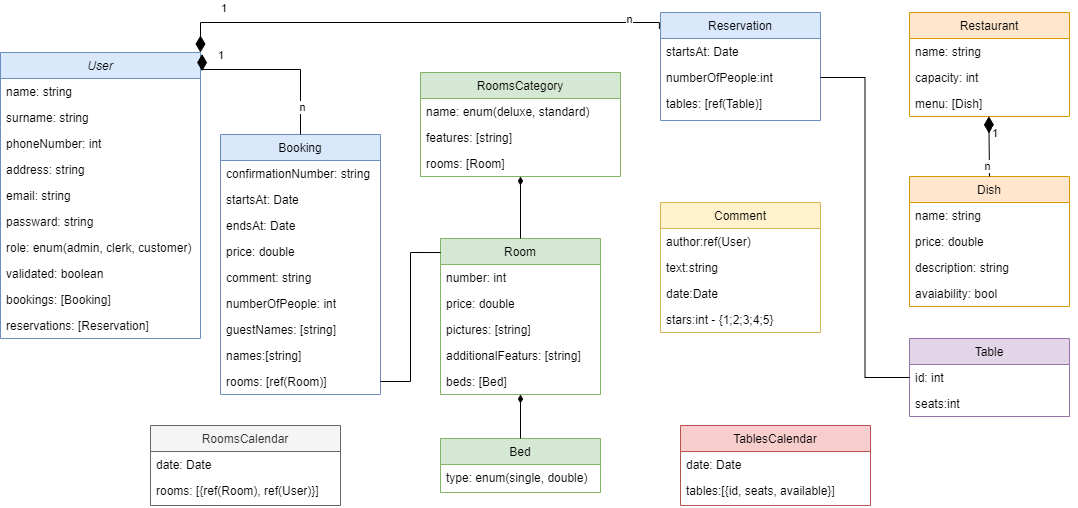
Above: group-project-hotel.drawio.png in Jeremiaszmacura/group-project-hotel-backend (draw.io), before the change. Source tidied: cells renumbered, new cells last; positions are measured from the earlier drawing's top-left corner, leaving out a move shared by most shapes.
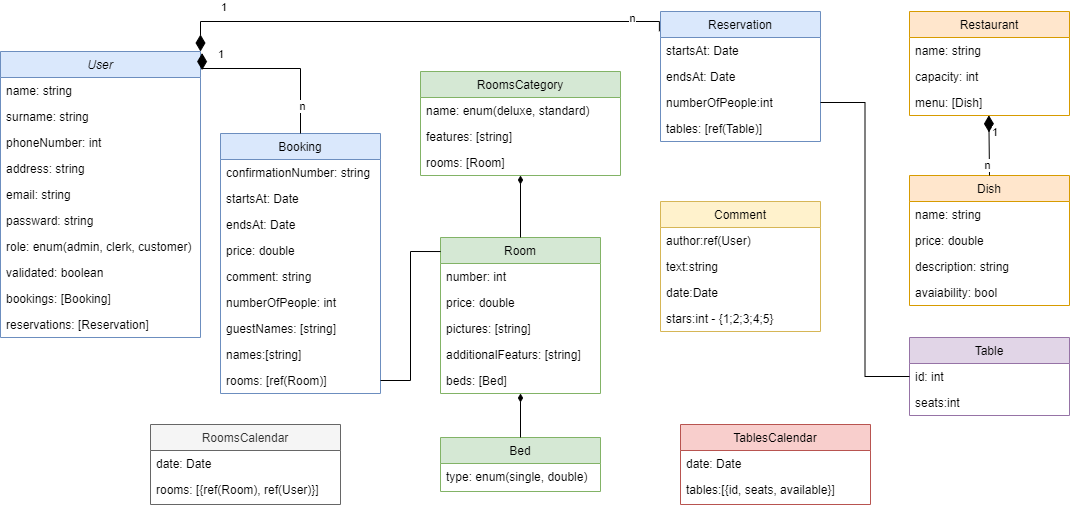
The same file after the commit.

Commit message:
updated database schema in README.md

Change to the diagram source:
```diff
@@ -151,16 +151,19 @@
       <mxGeometry relative="1" as="geometry" />
     </mxCell>
     <mxCell id="50" value="Reservation" style="swimlane;fontStyle=0;align=center;verticalAlign=top;horizontal=1;startSize=26;rounded=0;shadow=0;strokeWidth=1;fillColor=#dae8fc;strokeColor=#6c8ebf;" parent="1" vertex="1">
-      <mxGeometry x="660" width="160" height="108" as="geometry" />
+      <mxGeometry x="660" width="160" height="130" as="geometry" />
     </mxCell>
     <mxCell id="51" value="startsAt: Date" style="text;align=left;verticalAlign=top;spacingLeft=4;spacingRight=4;overflow=hidden;" parent="50" vertex="1">
       <mxGeometry y="26" width="160" height="26" as="geometry" />
     </mxCell>
+    <mxCell id="74" value="endsAt: Date" style="text;align=left;verticalAlign=top;spacingLeft=4;spacingRight=4;overflow=hidden;" parent="50" vertex="1">
+      <mxGeometry y="52" width="160" height="26" as="geometry" />
+    </mxCell>
     <mxCell id="52" value="numberOfPeople:int" style="text;align=left;verticalAlign=top;spacingLeft=4;spacingRight=4;overflow=hidden;points=[[0,0.5],[1,0.5]];portConstraint=eastwest;" parent="50" vertex="1">
-      <mxGeometry y="52" width="160" height="26" as="geometry" />
+      <mxGeometry y="78" width="160" height="26" as="geometry" />
     </mxCell>
     <mxCell id="53" value="tables: [ref(Table)]" style="text;align=left;verticalAlign=top;spacingLeft=4;spacingRight=4;overflow=hidden;" parent="50" vertex="1">
-      <mxGeometry y="78" width="160" height="26" as="geometry" />
+      <mxGeometry y="104" width="160" height="26" as="geometry" />
     </mxCell>
     <mxCell id="54" value="RoomsCategory" style="swimlane;fontStyle=0;align=center;verticalAlign=top;horizontal=1;startSize=26;rounded=0;shadow=0;strokeWidth=1;fillColor=#d5e8d4;strokeColor=#82b366;" parent="1" vertex="1">
       <mxGeometry x="420" y="60" width="200" height="104" as="geometry" />
```
